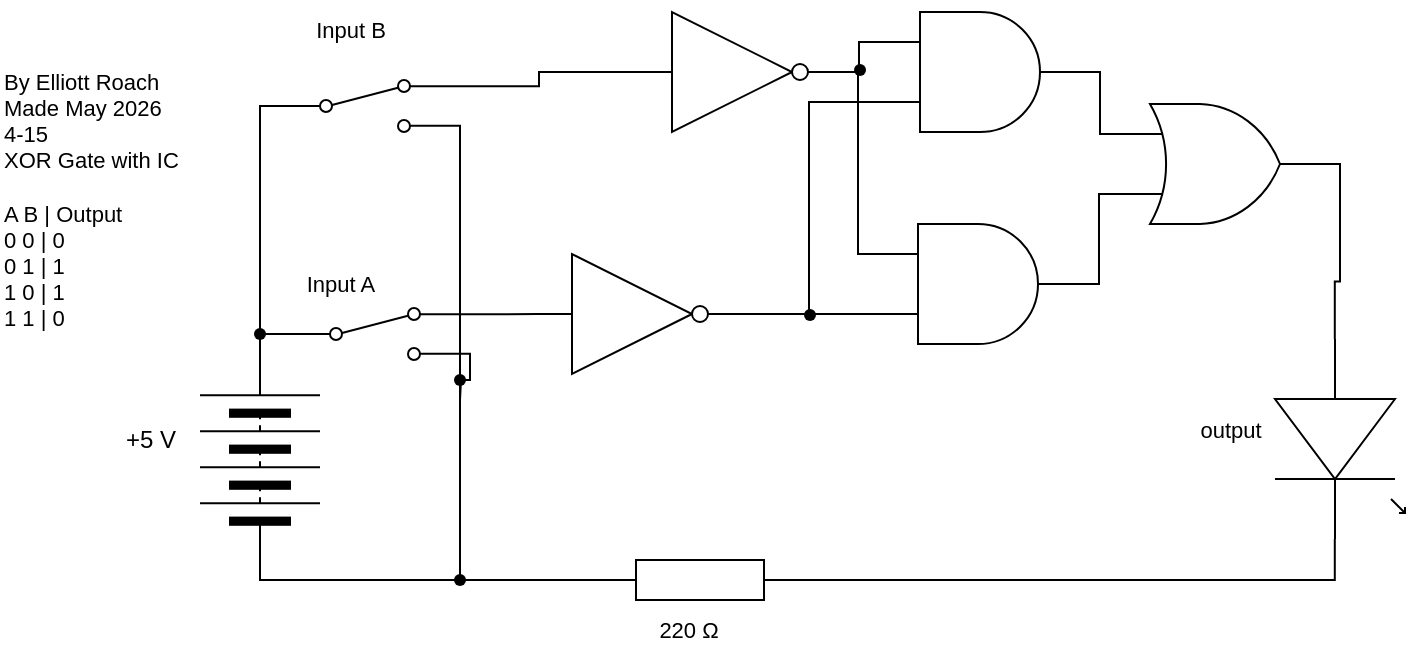
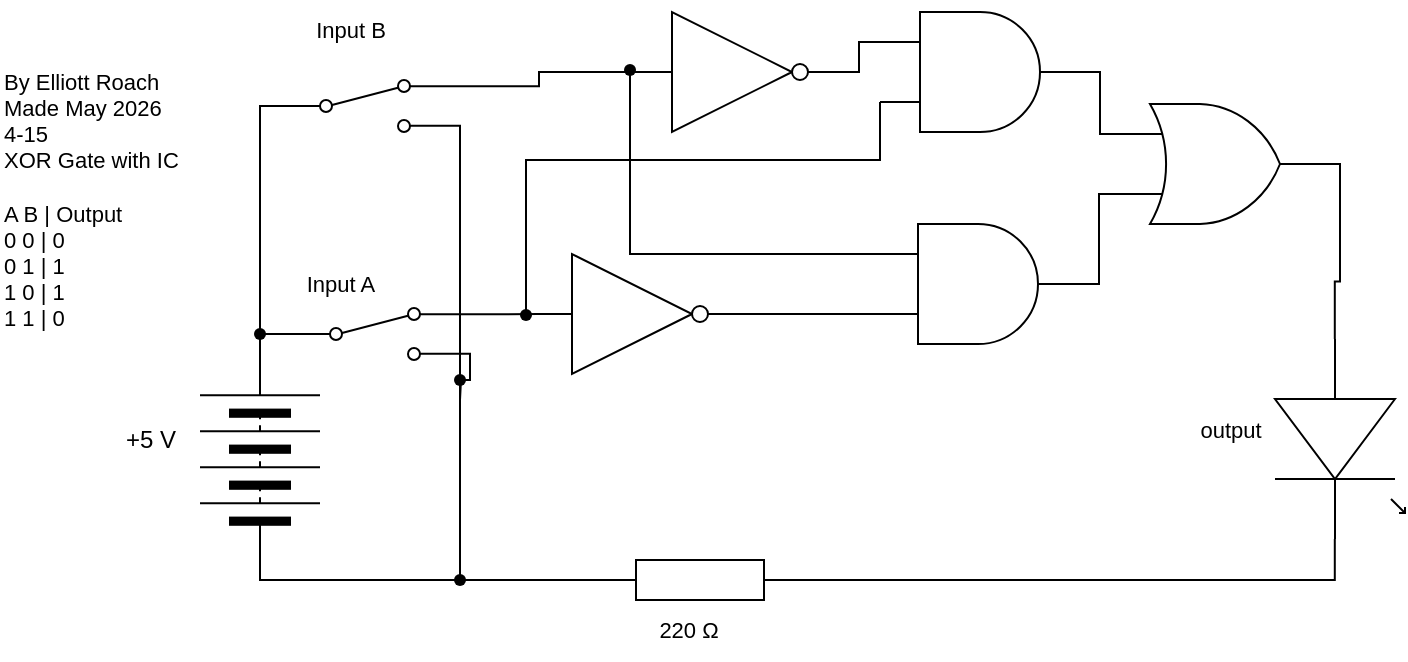
<mxfile host="65bd71144e">
    <diagram id="oby_NsngL4bM8tBB5w6z" name="Page-1">
        <mxGraphModel dx="1086" dy="1492" grid="1" gridSize="10" guides="1" tooltips="1" connect="1" arrows="1" fold="1" page="1" pageScale="1" pageWidth="850" pageHeight="1100" math="0" shadow="0">
            <root>
                <mxCell id="0"/>
                <mxCell id="1" parent="0"/>
                <mxCell id="3" value="" style="pointerEvents=1;verticalLabelPosition=bottom;shadow=0;dashed=0;align=center;html=1;verticalAlign=top;shape=mxgraph.electrical.resistors.resistor_1;rotation=0;" parent="1" vertex="1">
                    <mxGeometry x="430" y="110" width="100" height="20" as="geometry"/>
                </mxCell>
                <mxCell id="4" value="" style="verticalLabelPosition=bottom;shadow=0;dashed=0;align=center;html=1;verticalAlign=top;shape=mxgraph.electrical.opto_electronics.led_1;pointerEvents=1;rotation=90;" parent="1" vertex="1">
                    <mxGeometry x="750" y="17" width="100" height="65" as="geometry"/>
                </mxCell>
                <mxCell id="8" style="edgeStyle=orthogonalEdgeStyle;shape=connector;curved=0;rounded=0;html=1;exitDx=0;exitDy=0;exitPerimeter=0;entryX=0;entryY=0.5;entryDx=0;entryDy=0;strokeColor=#000000;align=center;verticalAlign=middle;fontFamily=Helvetica;fontSize=11;fontColor=default;labelBackgroundColor=default;endArrow=none;endFill=0;" parent="1" source="18" target="11" edge="1">
                    <mxGeometry relative="1" as="geometry">
                        <mxPoint x="342.9" y="48.809999999999945" as="targetPoint"/>
                    </mxGeometry>
                </mxCell>
                <mxCell id="9" value="220&amp;nbsp;Ω" style="text;html=1;align=center;verticalAlign=middle;resizable=0;points=[];autosize=1;strokeColor=none;fillColor=none;fontFamily=Helvetica;fontSize=11;fontColor=default;labelBackgroundColor=default;" parent="1" vertex="1">
                    <mxGeometry x="449" y="130" width="50" height="30" as="geometry"/>
                </mxCell>
                <mxCell id="10" value="By Elliott Roach&lt;div&gt;Made May 2026&amp;nbsp;&lt;/div&gt;&lt;div&gt;4-15&lt;/div&gt;&lt;div&gt;XOR Gate with IC&lt;/div&gt;&lt;div&gt;&lt;br&gt;&lt;/div&gt;&lt;div&gt;A B | Output&lt;/div&gt;&lt;div&gt;0 0 | 0&lt;/div&gt;&lt;div&gt;0 1 | 1&lt;/div&gt;&lt;div&gt;1 0 | 1&lt;/div&gt;&lt;div&gt;1 1 | 0&lt;/div&gt;" style="text;html=1;align=left;verticalAlign=middle;resizable=0;points=[];autosize=1;strokeColor=none;fillColor=none;fontFamily=Helvetica;fontSize=11;fontColor=default;labelBackgroundColor=default;" parent="1" vertex="1">
                    <mxGeometry x="130" y="-145" width="110" height="150" as="geometry"/>
                </mxCell>
                <mxCell id="67" style="edgeStyle=orthogonalEdgeStyle;shape=connector;curved=0;rounded=0;html=1;exitX=1;exitY=0.5;exitDx=0;exitDy=0;entryX=0;entryY=0.5;entryDx=0;entryDy=0;strokeColor=#000000;align=center;verticalAlign=middle;fontFamily=Helvetica;fontSize=11;fontColor=default;labelBackgroundColor=default;endArrow=none;endFill=0;" parent="1" source="11" target="13" edge="1">
                    <mxGeometry relative="1" as="geometry"/>
                </mxCell>
                <mxCell id="11" value="" style="pointerEvents=1;verticalLabelPosition=bottom;shadow=0;dashed=0;align=center;html=1;verticalAlign=top;shape=mxgraph.electrical.miscellaneous.batteryStack;fontFamily=Helvetica;fontSize=11;fontColor=default;labelBackgroundColor=default;rotation=-90;" parent="1" vertex="1">
                    <mxGeometry x="210" y="30" width="100" height="60" as="geometry"/>
                </mxCell>
                <mxCell id="12" value="+5 V" style="text;html=1;align=center;verticalAlign=middle;resizable=0;points=[];autosize=1;strokeColor=none;fillColor=none;" parent="1" vertex="1">
                    <mxGeometry x="180" y="35" width="50" height="30" as="geometry"/>
                </mxCell>
                <mxCell id="16" style="edgeStyle=orthogonalEdgeStyle;shape=connector;curved=0;rounded=0;html=1;exitX=1;exitY=0.88;exitDx=0;exitDy=0;strokeColor=#000000;align=center;verticalAlign=middle;fontFamily=Helvetica;fontSize=11;fontColor=default;labelBackgroundColor=default;endArrow=none;endFill=0;" parent="1" source="13" edge="1">
                    <mxGeometry relative="1" as="geometry">
                        <mxPoint x="360" y="120" as="targetPoint"/>
                        <Array as="points">
                            <mxPoint x="360" y="-107"/>
                        </Array>
                    </mxGeometry>
                </mxCell>
                <mxCell id="13" value="" style="html=1;shape=mxgraph.electrical.electro-mechanical.twoWaySwitch;aspect=fixed;elSwitchState=2;fontFamily=Helvetica;fontSize=11;fontColor=default;labelBackgroundColor=default;" parent="1" vertex="1">
                    <mxGeometry x="275" y="-130" width="75" height="26" as="geometry"/>
                </mxCell>
                <mxCell id="18" value="" style="shape=waypoint;sketch=0;size=6;pointerEvents=1;points=[];fillColor=none;resizable=0;rotatable=0;perimeter=centerPerimeter;snapToPoint=1;fontFamily=Helvetica;fontSize=11;fontColor=default;labelBackgroundColor=default;" parent="1" vertex="1">
                    <mxGeometry x="350" y="110" width="20" height="20" as="geometry"/>
                </mxCell>
                <mxCell id="20" value="Input A" style="text;html=1;align=center;verticalAlign=middle;resizable=0;points=[];autosize=1;strokeColor=none;fillColor=none;fontFamily=Helvetica;fontSize=11;fontColor=default;labelBackgroundColor=default;" parent="1" vertex="1">
                    <mxGeometry x="270" y="-43" width="60" height="30" as="geometry"/>
                </mxCell>
                <mxCell id="23" style="edgeStyle=orthogonalEdgeStyle;shape=connector;curved=0;rounded=0;html=1;exitX=1;exitY=0.54;exitDx=0;exitDy=0;exitPerimeter=0;entryX=1;entryY=0.5;entryDx=0;entryDy=0;entryPerimeter=0;strokeColor=#000000;align=center;verticalAlign=middle;fontFamily=Helvetica;fontSize=11;fontColor=default;labelBackgroundColor=default;endArrow=none;endFill=0;" parent="1" source="4" target="3" edge="1">
                    <mxGeometry relative="1" as="geometry"/>
                </mxCell>
                <mxCell id="24" style="edgeStyle=orthogonalEdgeStyle;shape=connector;curved=0;rounded=0;html=1;exitX=0;exitY=0.5;exitDx=0;exitDy=0;exitPerimeter=0;entryX=0.549;entryY=0.654;entryDx=0;entryDy=0;entryPerimeter=0;strokeColor=#000000;align=center;verticalAlign=middle;fontFamily=Helvetica;fontSize=11;fontColor=default;labelBackgroundColor=default;endArrow=none;endFill=0;" parent="1" source="3" target="18" edge="1">
                    <mxGeometry relative="1" as="geometry">
                        <Array as="points">
                            <mxPoint x="380" y="120"/>
                            <mxPoint x="380" y="120"/>
                        </Array>
                    </mxGeometry>
                </mxCell>
                <mxCell id="34" value="output" style="text;html=1;align=center;verticalAlign=middle;resizable=0;points=[];autosize=1;strokeColor=none;fillColor=none;fontFamily=Helvetica;fontSize=11;fontColor=default;labelBackgroundColor=default;" parent="1" vertex="1">
                    <mxGeometry x="720" y="30" width="50" height="30" as="geometry"/>
                </mxCell>
                <mxCell id="68" style="edgeStyle=orthogonalEdgeStyle;shape=connector;curved=0;rounded=0;html=1;exitDx=0;exitDy=0;entryX=1;entryY=0.5;entryDx=0;entryDy=0;strokeColor=#000000;align=center;verticalAlign=middle;fontFamily=Helvetica;fontSize=11;fontColor=default;labelBackgroundColor=default;endArrow=none;endFill=0;" parent="1" source="69" target="11" edge="1">
                    <mxGeometry relative="1" as="geometry"/>
                </mxCell>
                <mxCell id="65" value="" style="html=1;shape=mxgraph.electrical.electro-mechanical.twoWaySwitch;aspect=fixed;elSwitchState=2;fontFamily=Helvetica;fontSize=11;fontColor=default;labelBackgroundColor=default;" parent="1" vertex="1">
                    <mxGeometry x="280" y="-16" width="75" height="26" as="geometry"/>
                </mxCell>
                <mxCell id="70" value="" style="edgeStyle=orthogonalEdgeStyle;shape=connector;curved=0;rounded=0;html=1;exitX=0;exitY=0.5;exitDx=0;exitDy=0;entryDx=0;entryDy=0;strokeColor=#000000;align=center;verticalAlign=middle;fontFamily=Helvetica;fontSize=11;fontColor=default;labelBackgroundColor=default;endArrow=none;endFill=0;" parent="1" source="65" target="69" edge="1">
                    <mxGeometry relative="1" as="geometry">
                        <mxPoint x="280" y="-3" as="sourcePoint"/>
                        <mxPoint x="260" y="10" as="targetPoint"/>
                    </mxGeometry>
                </mxCell>
                <mxCell id="69" value="" style="shape=waypoint;sketch=0;size=6;pointerEvents=1;points=[];fillColor=none;resizable=0;rotatable=0;perimeter=centerPerimeter;snapToPoint=1;fontFamily=Helvetica;fontSize=11;fontColor=default;labelBackgroundColor=default;" parent="1" vertex="1">
                    <mxGeometry x="250" y="-13" width="20" height="20" as="geometry"/>
                </mxCell>
                <mxCell id="73" value="" style="shape=waypoint;sketch=0;size=6;pointerEvents=1;points=[];fillColor=none;resizable=0;rotatable=0;perimeter=centerPerimeter;snapToPoint=1;fontFamily=Helvetica;fontSize=11;fontColor=default;labelBackgroundColor=default;" parent="1" vertex="1">
                    <mxGeometry x="350" y="10" width="20" height="20" as="geometry"/>
                </mxCell>
                <mxCell id="75" style="edgeStyle=orthogonalEdgeStyle;shape=connector;curved=0;rounded=0;html=1;exitX=1;exitY=0.88;exitDx=0;exitDy=0;strokeColor=#000000;align=center;verticalAlign=middle;fontFamily=Helvetica;fontSize=11;fontColor=default;labelBackgroundColor=default;endArrow=none;endFill=0;" parent="1" source="65" edge="1">
                    <mxGeometry relative="1" as="geometry">
                        <mxPoint x="360" y="30" as="targetPoint"/>
                    </mxGeometry>
                </mxCell>
                <mxCell id="78" style="edgeStyle=orthogonalEdgeStyle;shape=connector;curved=0;rounded=0;html=1;exitX=0;exitY=0.5;exitDx=0;exitDy=0;exitPerimeter=0;entryX=1;entryY=0.12;entryDx=0;entryDy=0;strokeColor=#000000;align=center;verticalAlign=middle;fontFamily=Helvetica;fontSize=11;fontColor=default;labelBackgroundColor=default;endArrow=none;endFill=0;" parent="1" source="85" target="13" edge="1">
                    <mxGeometry relative="1" as="geometry">
                        <mxPoint x="424" y="-85" as="sourcePoint"/>
                    </mxGeometry>
                </mxCell>
                <mxCell id="79" style="edgeStyle=orthogonalEdgeStyle;shape=connector;curved=0;rounded=0;html=1;exitX=1;exitY=0.12;exitDx=0;exitDy=0;entryX=0;entryY=0.5;entryDx=0;entryDy=0;entryPerimeter=0;strokeColor=#000000;align=center;verticalAlign=middle;fontFamily=Helvetica;fontSize=11;fontColor=default;labelBackgroundColor=default;endArrow=none;endFill=0;" parent="1" source="65" target="81" edge="1">
                    <mxGeometry relative="1" as="geometry">
                        <mxPoint x="424" y="-55" as="targetPoint"/>
                    </mxGeometry>
                </mxCell>
                <mxCell id="80" value="Input B" style="text;html=1;align=center;verticalAlign=middle;resizable=0;points=[];autosize=1;strokeColor=none;fillColor=none;fontFamily=Helvetica;fontSize=11;fontColor=default;labelBackgroundColor=default;" parent="1" vertex="1">
                    <mxGeometry x="270" y="-170" width="70" height="30" as="geometry"/>
                </mxCell>
                <mxCell id="81" value="" style="verticalLabelPosition=bottom;shadow=0;dashed=0;align=center;html=1;verticalAlign=top;shape=mxgraph.electrical.logic_gates.inverter_2" parent="1" vertex="1">
                    <mxGeometry x="399" y="-43" width="100" height="60" as="geometry"/>
                </mxCell>
                <mxCell id="85" value="" style="verticalLabelPosition=bottom;shadow=0;dashed=0;align=center;html=1;verticalAlign=top;shape=mxgraph.electrical.logic_gates.inverter_2" vertex="1" parent="1">
                    <mxGeometry x="449" y="-164" width="100" height="60" as="geometry"/>
                </mxCell>
                <mxCell id="86" value="" style="verticalLabelPosition=bottom;shadow=0;dashed=0;align=center;html=1;verticalAlign=top;shape=mxgraph.electrical.logic_gates.logic_gate;operation=and;" vertex="1" parent="1">
                    <mxGeometry x="570" y="-164" width="100" height="60" as="geometry"/>
                </mxCell>
-                 <mxCell id="88" style="edgeStyle=orthogonalEdgeStyle;shape=connector;curved=0;rounded=0;html=1;exitX=1;exitY=0.5;exitDx=0;exitDy=0;exitPerimeter=0;entryX=0;entryY=0.75;entryDx=0;entryDy=0;entryPerimeter=0;strokeColor=#000000;align=center;verticalAlign=middle;fontFamily=Helvetica;fontSize=11;fontColor=default;labelBackgroundColor=default;endArrow=none;endFill=0;" edge="1" parent="1" source="81" target="86">
-                     <mxGeometry relative="1" as="geometry"/>
-                 </mxCell>
                <mxCell id="89" style="edgeStyle=orthogonalEdgeStyle;shape=connector;curved=0;rounded=0;html=1;exitX=1;exitY=0.5;exitDx=0;exitDy=0;exitPerimeter=0;entryX=0;entryY=0.25;entryDx=0;entryDy=0;entryPerimeter=0;strokeColor=#000000;align=center;verticalAlign=middle;fontFamily=Helvetica;fontSize=11;fontColor=default;labelBackgroundColor=default;endArrow=none;endFill=0;" edge="1" parent="1" source="85" target="86">
                    <mxGeometry relative="1" as="geometry"/>
                </mxCell>
                <mxCell id="90" value="" style="verticalLabelPosition=bottom;shadow=0;dashed=0;align=center;html=1;verticalAlign=top;shape=mxgraph.electrical.logic_gates.logic_gate;operation=and;" vertex="1" parent="1">
                    <mxGeometry x="569" y="-58" width="100" height="60" as="geometry"/>
                </mxCell>
-                 <mxCell id="91" style="edgeStyle=orthogonalEdgeStyle;shape=connector;curved=0;rounded=0;html=1;exitX=1;exitY=0.5;exitDx=0;exitDy=0;exitPerimeter=0;entryX=0;entryY=0.25;entryDx=0;entryDy=0;entryPerimeter=0;strokeColor=#000000;align=center;verticalAlign=middle;fontFamily=Helvetica;fontSize=11;fontColor=default;labelBackgroundColor=default;endArrow=none;endFill=0;" edge="1" parent="1" source="85" target="90">
-                     <mxGeometry relative="1" as="geometry"/>
-                 </mxCell>
                <mxCell id="92" style="edgeStyle=orthogonalEdgeStyle;shape=connector;curved=0;rounded=0;html=1;exitX=1;exitY=0.5;exitDx=0;exitDy=0;exitPerimeter=0;entryX=0;entryY=0.75;entryDx=0;entryDy=0;entryPerimeter=0;strokeColor=#000000;align=center;verticalAlign=middle;fontFamily=Helvetica;fontSize=11;fontColor=default;labelBackgroundColor=default;endArrow=none;endFill=0;" edge="1" parent="1" source="81" target="90">
                    <mxGeometry relative="1" as="geometry"/>
                </mxCell>
                <mxCell id="93" value="" style="shape=waypoint;sketch=0;size=6;pointerEvents=1;points=[];fillColor=none;resizable=0;rotatable=0;perimeter=centerPerimeter;snapToPoint=1;fontFamily=Helvetica;fontSize=11;fontColor=default;labelBackgroundColor=default;" vertex="1" parent="1">
-                     <mxGeometry x="525" y="-22.5" width="20" height="20" as="geometry"/>
+                     <mxGeometry x="383" y="-22.5" width="20" height="20" as="geometry"/>
                </mxCell>
                <mxCell id="96" value="" style="shape=waypoint;sketch=0;size=6;pointerEvents=1;points=[];fillColor=none;resizable=0;rotatable=0;perimeter=centerPerimeter;snapToPoint=1;fontFamily=Helvetica;fontSize=11;fontColor=default;labelBackgroundColor=default;" vertex="1" parent="1">
-                     <mxGeometry x="550" y="-145" width="20" height="20" as="geometry"/>
+                     <mxGeometry x="435" y="-145" width="20" height="20" as="geometry"/>
                </mxCell>
                <mxCell id="97" value="" style="verticalLabelPosition=bottom;shadow=0;dashed=0;align=center;html=1;verticalAlign=top;shape=mxgraph.electrical.logic_gates.logic_gate;operation=or;fontFamily=Helvetica;fontSize=11;fontColor=default;labelBackgroundColor=default;" vertex="1" parent="1">
                    <mxGeometry x="690" y="-118" width="100" height="60" as="geometry"/>
                </mxCell>
                <mxCell id="98" style="edgeStyle=orthogonalEdgeStyle;shape=connector;curved=0;rounded=0;html=1;exitX=1;exitY=0.5;exitDx=0;exitDy=0;exitPerimeter=0;entryX=0;entryY=0.75;entryDx=0;entryDy=0;entryPerimeter=0;strokeColor=#000000;align=center;verticalAlign=middle;fontFamily=Helvetica;fontSize=11;fontColor=default;labelBackgroundColor=default;endArrow=none;endFill=0;" edge="1" parent="1" source="90" target="97">
                    <mxGeometry relative="1" as="geometry"/>
                </mxCell>
                <mxCell id="99" style="edgeStyle=orthogonalEdgeStyle;shape=connector;curved=0;rounded=0;html=1;exitX=1;exitY=0.5;exitDx=0;exitDy=0;exitPerimeter=0;entryX=0;entryY=0.25;entryDx=0;entryDy=0;entryPerimeter=0;strokeColor=#000000;align=center;verticalAlign=middle;fontFamily=Helvetica;fontSize=11;fontColor=default;labelBackgroundColor=default;endArrow=none;endFill=0;" edge="1" parent="1" source="86" target="97">
                    <mxGeometry relative="1" as="geometry"/>
                </mxCell>
                <mxCell id="100" style="edgeStyle=orthogonalEdgeStyle;shape=connector;curved=0;rounded=0;html=1;exitX=1;exitY=0.5;exitDx=0;exitDy=0;exitPerimeter=0;entryX=0;entryY=0.54;entryDx=0;entryDy=0;entryPerimeter=0;strokeColor=#000000;align=center;verticalAlign=middle;fontFamily=Helvetica;fontSize=11;fontColor=default;labelBackgroundColor=default;endArrow=none;endFill=0;" edge="1" parent="1" source="97" target="4">
                    <mxGeometry relative="1" as="geometry"/>
                </mxCell>
+                 <mxCell id="102" style="edgeStyle=orthogonalEdgeStyle;shape=connector;curved=0;rounded=0;html=1;exitX=0;exitY=0.75;exitDx=0;exitDy=0;exitPerimeter=0;entryX=0.915;entryY=0.113;entryDx=0;entryDy=0;entryPerimeter=0;strokeColor=#000000;align=center;verticalAlign=middle;fontFamily=Helvetica;fontSize=11;fontColor=default;labelBackgroundColor=default;endArrow=none;endFill=0;" edge="1" parent="1" source="86" target="93">
+                     <mxGeometry relative="1" as="geometry">
+                         <Array as="points">
+                             <mxPoint x="570" y="-90"/>
+                             <mxPoint x="393" y="-90"/>
+                         </Array>
+                     </mxGeometry>
+                 </mxCell>
+                 <mxCell id="103" style="edgeStyle=orthogonalEdgeStyle;shape=connector;curved=0;rounded=0;html=1;exitX=0;exitY=0.25;exitDx=0;exitDy=0;exitPerimeter=0;entryX=0.527;entryY=0.95;entryDx=0;entryDy=0;entryPerimeter=0;strokeColor=#000000;align=center;verticalAlign=middle;fontFamily=Helvetica;fontSize=11;fontColor=default;labelBackgroundColor=default;endArrow=none;endFill=0;" edge="1" parent="1" source="90" target="96">
+                     <mxGeometry relative="1" as="geometry"/>
+                 </mxCell>
            </root>
        </mxGraphModel>
    </diagram>
</mxfile>